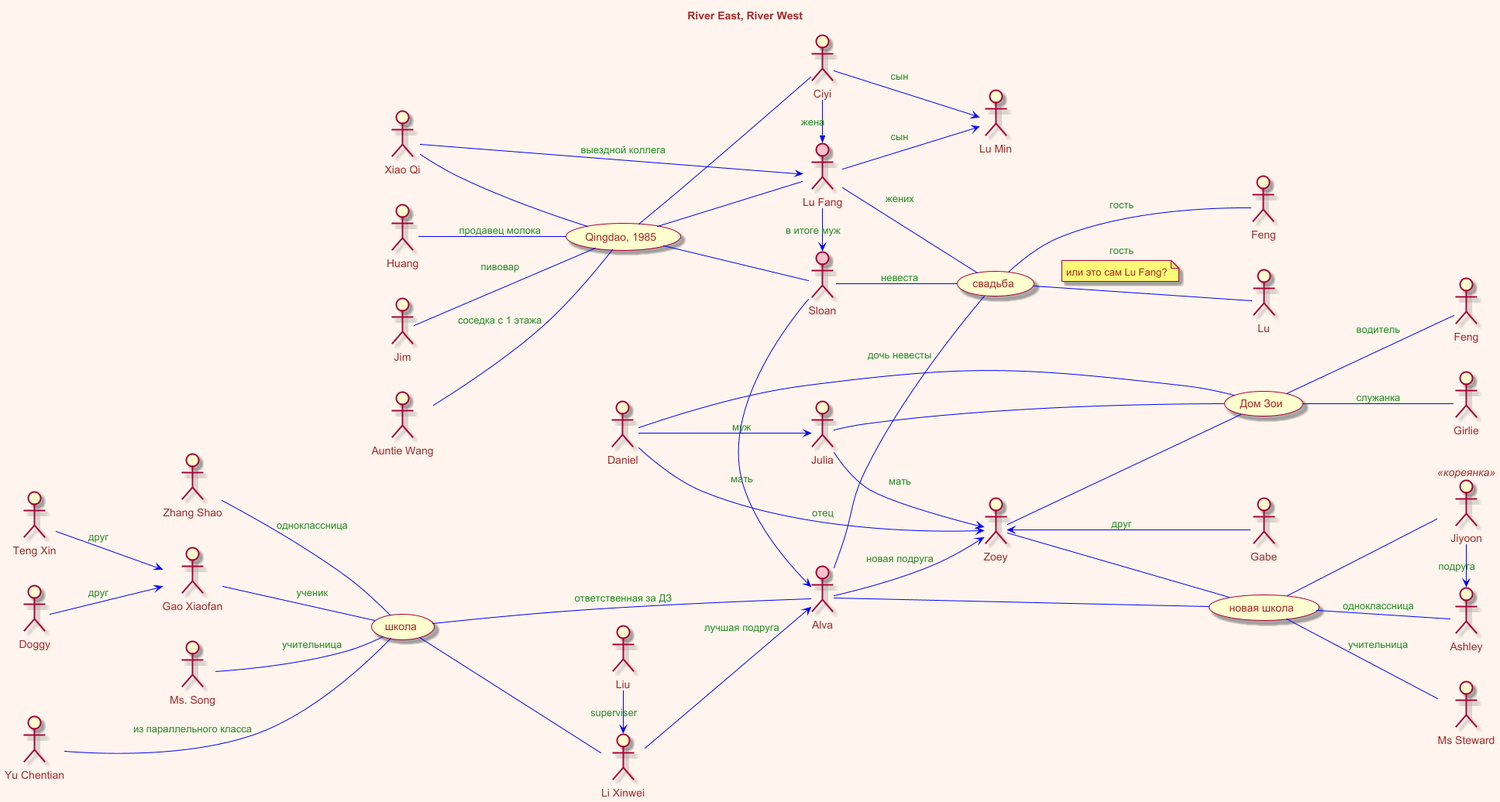
Above: River East, River West/river-River_East__River_West.png in olek3/reading (PlantUML), before the change.
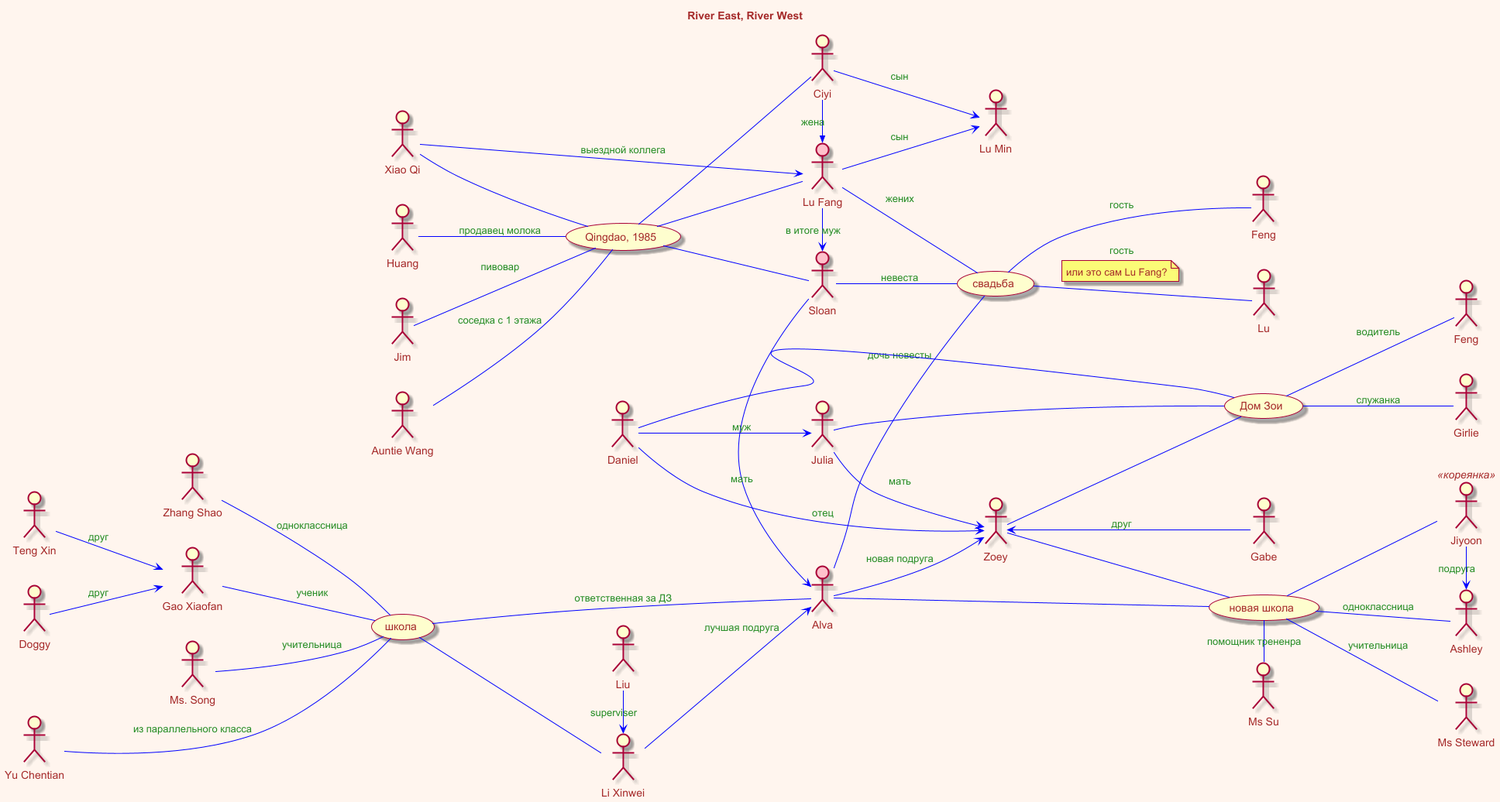
Above is the later version.

Commit message:
Ms Su - помощник тренера

What changed in the source:
```diff
@@ -141,4 +141,8 @@
 
 Zoey <-- Gabe : друг
 
+:Ms Su: as Su
+
+new_school - Su : помощник трененра
+
 @enduml
```
